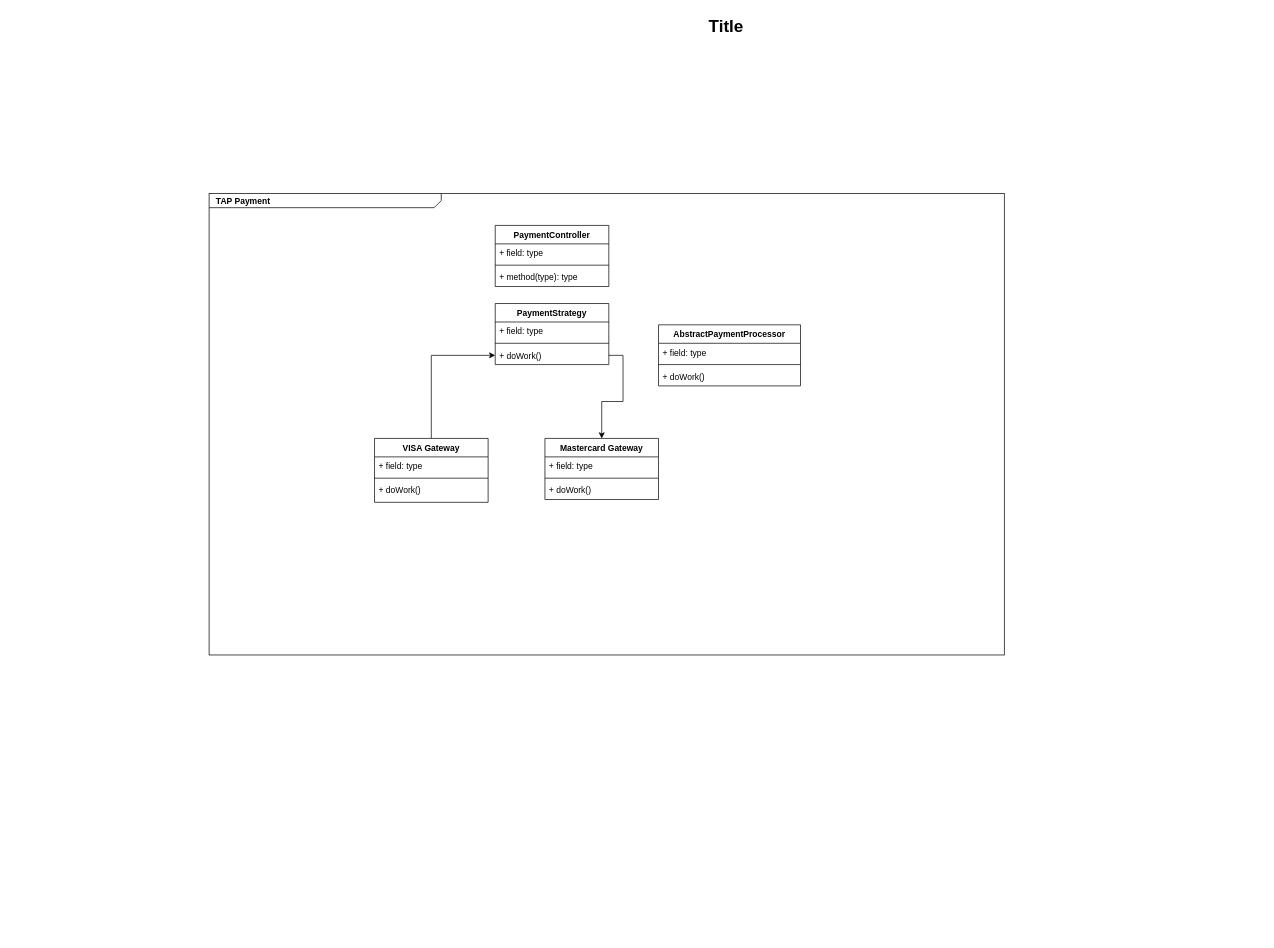
Earlier version of the draw.io diagram Untitled Diagram.drawio (ceftakhar/algorithms). Source tidied: cells renumbered, new cells numbered last; positions are measured from the earlier drawing's top-left corner, leaving out a move shared by most shapes. Both pictures are drawn from the tidied source at 71%, with x=0, y=0 at pixel (190, 12).
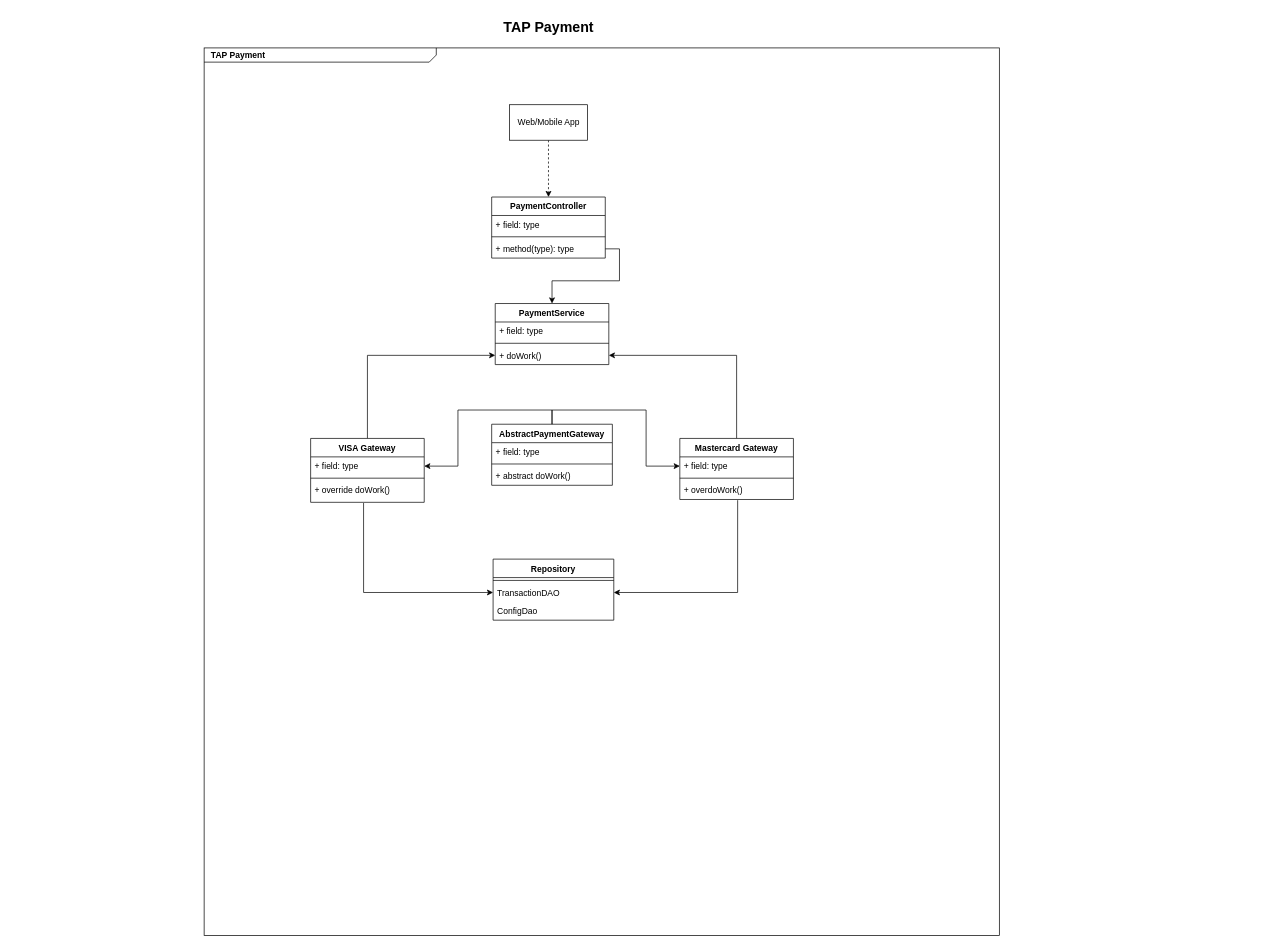
After the change.

Unchanged cells that the change refers to:
```xml
<mxCell id="8" value="+ method(type): type" style="text;strokeColor=none;fillColor=none;align=left;verticalAlign=top;spacingLeft=4;spacingRight=4;overflow=hidden;points=[[0,0.5],[1,0.5]];portConstraint=eastwest;" parent="5" vertex="1">
  <mxGeometry y="60" width="160" height="26" as="geometry" />
</mxCell>
<mxCell id="12" value="+ doWork()" style="text;strokeColor=none;fillColor=none;align=left;verticalAlign=top;spacingLeft=4;spacingRight=4;overflow=hidden;points=[[0,0.5],[1,0.5]];portConstraint=eastwest;" parent="9" vertex="1">
  <mxGeometry y="60" width="160" height="26" as="geometry" />
</mxCell>
<mxCell id="15" value="+ field: type" style="text;strokeColor=none;fillColor=none;align=left;verticalAlign=top;spacingLeft=4;spacingRight=4;overflow=hidden;points=[[0,0.5],[1,0.5]];portConstraint=eastwest;" parent="14" vertex="1">
  <mxGeometry y="26" width="160" height="26" as="geometry" />
</mxCell>
<mxCell id="19" value="+ field: type" style="text;strokeColor=none;fillColor=none;align=left;verticalAlign=top;spacingLeft=4;spacingRight=4;overflow=hidden;points=[[0,0.5],[1,0.5]];portConstraint=eastwest;" parent="18" vertex="1">
  <mxGeometry y="26" width="160" height="26" as="geometry" />
</mxCell>
```

Diff of the diagram source:
```diff
@@
+    <mxCell id="3" value="&lt;p style=&quot;margin: 0px ; margin-top: 4px ; margin-left: 10px ; text-align: left&quot;&gt;&lt;b&gt;TAP Payment&lt;/b&gt;&lt;/p&gt;" style="html=1;strokeWidth=1;shape=mxgraph.sysml.package;html=1;overflow=fill;whiteSpace=wrap;fillColor=none;gradientColor=none;fontSize=12;align=center;labelX=327.64;" parent="1" vertex="1">
+      <mxGeometry x="20" y="50" width="1120" height="1250" as="geometry" />
+    </mxCell>
-    <mxCell id="2" style="edgeStyle=orthogonalEdgeStyle;rounded=0;jettySize=auto;html=1;exitX=1;exitY=0.5;exitDx=0;exitDy=0;entryX=0.5;entryY=0;entryDx=0;entryDy=0;" parent="1" edge="1" source="12" target="18">
+    <mxCell id="2" style="edgeStyle=orthogonalEdgeStyle;rounded=0;jettySize=auto;html=1;exitX=0.5;exitY=0;exitDx=0;exitDy=0;entryX=1;entryY=0.5;entryDx=0;entryDy=0;" parent="1" edge="1" source="18" target="12">
       <mxGeometry relative="1" as="geometry" />
     </mxCell>
-    <mxCell id="3" value="&lt;p style=&quot;margin: 0px ; margin-top: 4px ; margin-left: 10px ; text-align: left&quot;&gt;&lt;b&gt;TAP Payment&lt;/b&gt;&lt;/p&gt;" style="html=1;strokeWidth=1;shape=mxgraph.sysml.package;html=1;overflow=fill;whiteSpace=wrap;fillColor=none;gradientColor=none;fontSize=12;align=center;labelX=327.64;" parent="1" vertex="1">
-      <mxGeometry x="27" y="255" width="1120" height="650" as="geometry" />
-    </mxCell>
-    <mxCell id="4" value="Title" style="text;strokeColor=none;fillColor=none;html=1;fontSize=24;fontStyle=1;verticalAlign=middle;align=center;" parent="1" vertex="1">
-      <mxGeometry width="1510" height="40" as="geometry" />
+    <mxCell id="4" value="&lt;b style=&quot;font-size: 20px ; text-align: left&quot;&gt;TAP Payment&lt;/b&gt;" style="text;strokeColor=none;fillColor=none;html=1;fontSize=24;fontStyle=1;verticalAlign=middle;align=center;" parent="1" vertex="1">
+      <mxGeometry x="-250" width="1510" height="40" as="geometry" />
     </mxCell>
     <mxCell id="5" value="PaymentController" style="swimlane;fontStyle=1;align=center;verticalAlign=top;horizontal=1;startSize=26;" parent="1" vertex="1">
-      <mxGeometry x="430" y="300" width="160" height="86" as="geometry" />
+      <mxGeometry x="425" y="260" width="160" height="86" as="geometry" />
     </mxCell>
@@
-    <mxCell id="9" value="PaymentStrategy" style="swimlane;fontStyle=1;align=center;verticalAlign=top;horizontal=1;startSize=26;" parent="1" vertex="1">
+    <mxCell id="9" value="PaymentService" style="swimlane;fontStyle=1;align=center;verticalAlign=top;horizontal=1;startSize=26;" parent="1" vertex="1">
       <mxGeometry x="430" y="410" width="160" height="86" as="geometry" />
     </mxCell>
@@
     <mxCell id="14" value="VISA Gateway" style="swimlane;fontStyle=1;align=center;verticalAlign=top;horizontal=1;startSize=26;" parent="1" vertex="1">
-      <mxGeometry x="260" y="600" width="160" height="90" as="geometry" />
+      <mxGeometry x="170" y="600" width="160" height="90" as="geometry" />
     </mxCell>
@@
-    <mxCell id="17" value="+ doWork()" style="text;strokeColor=none;fillColor=none;align=left;verticalAlign=top;spacingLeft=4;spacingRight=4;overflow=hidden;points=[[0,0.5],[1,0.5]];portConstraint=eastwest;" parent="14" vertex="1">
+    <mxCell id="17" value="+ override doWork()" style="text;strokeColor=none;fillColor=none;align=left;verticalAlign=top;spacingLeft=4;spacingRight=4;overflow=hidden;points=[[0,0.5],[1,0.5]];portConstraint=eastwest;" parent="14" vertex="1">
       <mxGeometry y="60" width="160" height="30" as="geometry" />
     </mxCell>
     <mxCell id="18" value="Mastercard Gateway" style="swimlane;fontStyle=1;align=center;verticalAlign=top;horizontal=1;startSize=26;" parent="1" vertex="1">
-      <mxGeometry x="500" y="600" width="160" height="86" as="geometry" />
+      <mxGeometry x="690" y="600" width="160" height="86" as="geometry" />
     </mxCell>
@@
-    <mxCell id="21" value="+ doWork()" style="text;strokeColor=none;fillColor=none;align=left;verticalAlign=top;spacingLeft=4;spacingRight=4;overflow=hidden;points=[[0,0.5],[1,0.5]];portConstraint=eastwest;" parent="18" vertex="1">
+    <mxCell id="21" value="+ overdoWork()" style="text;strokeColor=none;fillColor=none;align=left;verticalAlign=top;spacingLeft=4;spacingRight=4;overflow=hidden;points=[[0,0.5],[1,0.5]];portConstraint=eastwest;" parent="18" vertex="1">
       <mxGeometry y="60" width="160" height="26" as="geometry" />
     </mxCell>
+    <mxCell id="26" style="edgeStyle=orthogonalEdgeStyle;rounded=0;jettySize=auto;html=1;exitX=0.5;exitY=0;exitDx=0;exitDy=0;" parent="1" edge="1" source="22" target="19">
+      <mxGeometry relative="1" as="geometry" />
+    </mxCell>
-    <mxCell id="22" value="AbstractPaymentProcessor" style="swimlane;fontStyle=1;align=center;verticalAlign=top;horizontal=1;startSize=26;" parent="1" vertex="1">
-      <mxGeometry x="660" y="440" width="200" height="86" as="geometry" />
+    <mxCell id="22" value="AbstractPaymentGateway" style="swimlane;fontStyle=1;align=center;verticalAlign=top;horizontal=1;startSize=26;" parent="1" vertex="1">
+      <mxGeometry x="425" y="580" width="170" height="86" as="geometry" />
     </mxCell>
     <mxCell id="23" value="+ field: type" style="text;strokeColor=none;fillColor=none;align=left;verticalAlign=top;spacingLeft=4;spacingRight=4;overflow=hidden;" parent="22" vertex="1">
-      <mxGeometry y="26" width="200" height="26" as="geometry" />
+      <mxGeometry y="26" width="170" height="26" as="geometry" />
     </mxCell>
     <mxCell id="24" style="line;strokeWidth=1;fillColor=none;align=left;verticalAlign=middle;spacingTop=-1;spacingLeft=3;spacingRight=3;labelPosition=right;" parent="22" vertex="1">
-      <mxGeometry y="52" width="200" height="8" as="geometry" />
+      <mxGeometry y="52" width="170" height="8" as="geometry" />
     </mxCell>
-    <mxCell id="25" value="+ doWork()" style="text;strokeColor=none;fillColor=none;align=left;verticalAlign=top;spacingLeft=4;spacingRight=4;overflow=hidden;" parent="22" vertex="1">
-      <mxGeometry y="60" width="200" height="26" as="geometry" />
+    <mxCell id="25" value="+ abstract doWork()" style="text;strokeColor=none;fillColor=none;align=left;verticalAlign=top;spacingLeft=4;spacingRight=4;overflow=hidden;" parent="22" vertex="1">
+      <mxGeometry y="60" width="170" height="26" as="geometry" />
     </mxCell>
+    <mxCell id="27" style="edgeStyle=orthogonalEdgeStyle;rounded=0;jettySize=auto;html=1;exitX=0.5;exitY=0;exitDx=0;exitDy=0;entryX=1;entryY=0.5;entryDx=0;entryDy=0;" parent="1" edge="1" source="22" target="15">
+      <mxGeometry relative="1" as="geometry" />
+    </mxCell>
+    <mxCell id="28" style="edgeStyle=orthogonalEdgeStyle;rounded=0;jettySize=auto;html=1;exitX=0.5;exitY=1;exitDx=0;exitDy=0;dashed=1;" parent="1" edge="1" source="29" target="5">
+      <mxGeometry relative="1" as="geometry" />
+    </mxCell>
+    <mxCell id="29" value="Web/Mobile App" style="html=1;" parent="1" vertex="1">
+      <mxGeometry x="450" y="130" width="110" height="50" as="geometry" />
+    </mxCell>
+    <mxCell id="30" style="edgeStyle=orthogonalEdgeStyle;rounded=0;jettySize=auto;html=1;exitX=1;exitY=0.5;exitDx=0;exitDy=0;" parent="1" edge="1" source="8" target="9">
+      <mxGeometry relative="1" as="geometry" />
+    </mxCell>
+    <mxCell id="31" value="Repository" style="swimlane;fontStyle=1;align=center;verticalAlign=top;horizontal=1;startSize=26;" parent="1" vertex="1">
+      <mxGeometry x="427" y="770" width="170" height="86" as="geometry" />
+    </mxCell>
+    <mxCell id="32" style="line;strokeWidth=1;fillColor=none;align=left;verticalAlign=middle;spacingTop=-1;spacingLeft=3;spacingRight=3;labelPosition=right;" parent="31" vertex="1">
+      <mxGeometry y="26" width="170" height="8" as="geometry" />
+    </mxCell>
+    <mxCell id="33" value="TransactionDAO" style="text;strokeColor=none;fillColor=none;align=left;verticalAlign=top;spacingLeft=4;spacingRight=4;overflow=hidden;points=[[0,0.5],[1,0.5]];portConstraint=eastwest;" parent="31" vertex="1">
+      <mxGeometry y="34" width="170" height="26" as="geometry" />
+    </mxCell>
+    <mxCell id="34" value="ConfigDao" style="text;strokeColor=none;fillColor=none;align=left;verticalAlign=top;spacingLeft=4;spacingRight=4;overflow=hidden;" parent="31" vertex="1">
+      <mxGeometry y="60" width="170" height="26" as="geometry" />
+    </mxCell>
+    <mxCell id="35" style="edgeStyle=orthogonalEdgeStyle;rounded=0;jettySize=auto;html=1;exitX=0.509;exitY=1.038;exitDx=0;exitDy=0;entryX=1;entryY=0.5;entryDx=0;entryDy=0;exitPerimeter=0;" parent="1" edge="1" source="21" target="33">
+      <mxGeometry relative="1" as="geometry" />
+    </mxCell>
+    <mxCell id="36" style="edgeStyle=orthogonalEdgeStyle;rounded=0;jettySize=auto;html=1;exitX=0.466;exitY=1.033;exitDx=0;exitDy=0;entryX=0;entryY=0.5;entryDx=0;entryDy=0;exitPerimeter=0;" parent="1" edge="1" source="17" target="33">
+      <mxGeometry relative="1" as="geometry" />
+    </mxCell>
```
